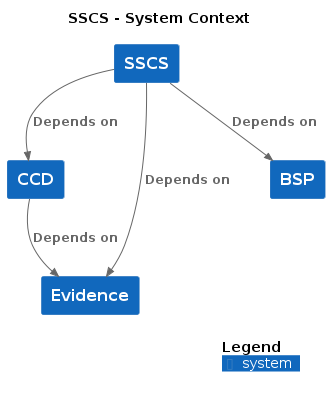
The PlantUML diagram docs/c4/sscs/images/structurizr-sscs-context.png in hmcts/cnp-api-docs, before a commit. Its diagram source:
```plantuml
@startuml
set separator none
title SSCS - System Context

top to bottom direction

!include <C4/C4>
!include <C4/C4_Context>

System(CCD, "CCD", $descr="", $tags="", $link="")
System(Evidence, "Evidence", $descr="", $tags="", $link="")
System(BSP, "BSP", $descr="", $tags="", $link="")
System(SSCS, "SSCS", $descr="", $tags="", $link="")

Rel_D(CCD, Evidence, "Depends on", $techn="", $tags="", $link="")
Rel_D(SSCS, CCD, "Depends on", $techn="", $tags="", $link="")
Rel_D(SSCS, Evidence, "Depends on", $techn="", $tags="", $link="")
Rel_D(SSCS, BSP, "Depends on", $techn="", $tags="", $link="")

SHOW_DYNAMIC_LEGEND()
@enduml
```
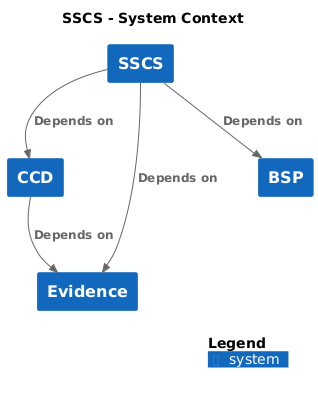
Above is the later version.

What changed in the source:
```diff
@@ -12,10 +12,10 @@
 System(BSP, "BSP", $descr="", $tags="", $link="")
 System(SSCS, "SSCS", $descr="", $tags="", $link="")
 
-Rel_D(CCD, Evidence, "Depends on", $techn="", $tags="", $link="")
-Rel_D(SSCS, CCD, "Depends on", $techn="", $tags="", $link="")
-Rel_D(SSCS, Evidence, "Depends on", $techn="", $tags="", $link="")
-Rel_D(SSCS, BSP, "Depends on", $techn="", $tags="", $link="")
+Rel(CCD, Evidence, "Depends on", $techn="", $tags="", $link="")
+Rel(SSCS, CCD, "Depends on", $techn="", $tags="", $link="")
+Rel(SSCS, Evidence, "Depends on", $techn="", $tags="", $link="")
+Rel(SSCS, BSP, "Depends on", $techn="", $tags="", $link="")
 
 SHOW_DYNAMIC_LEGEND()
 @enduml
```
